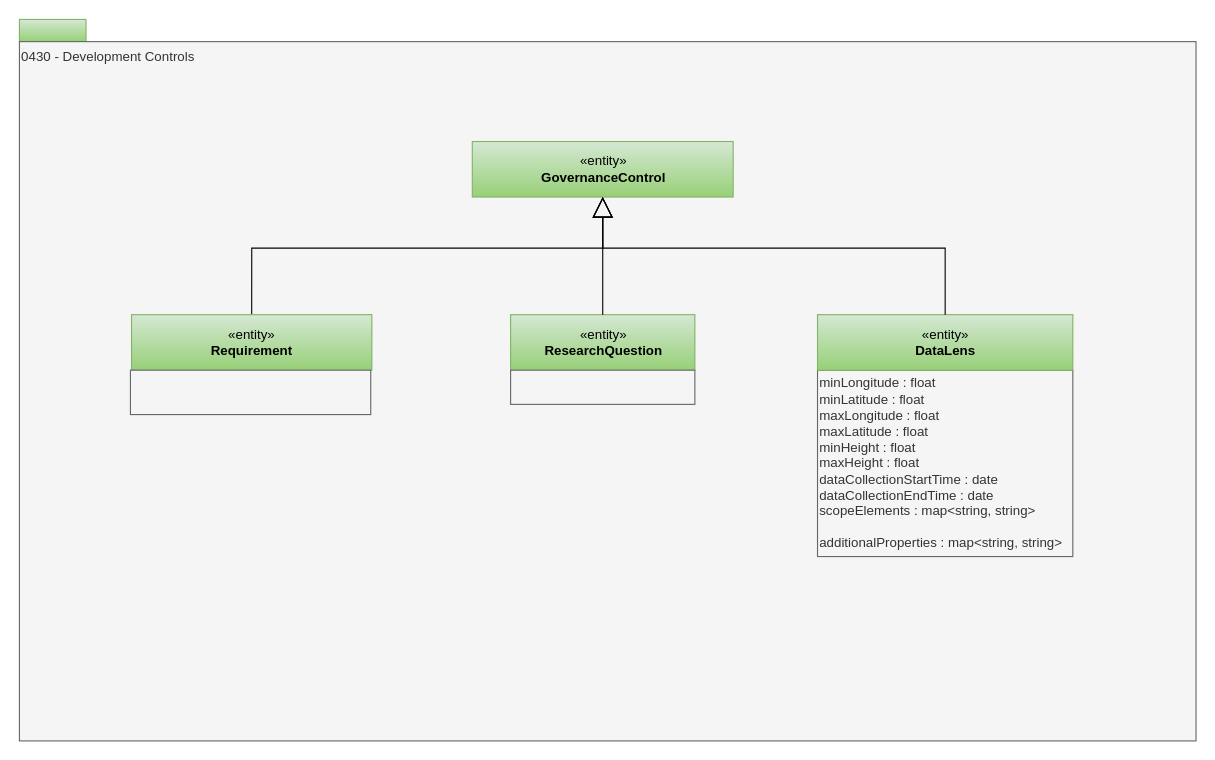
The draw.io diagram page "0430-Development-Controls" (11 of 30) of site/docs/types/4/area-4-governance.drawio in odpi/egeria-docs, before the edit. Source tidied: cells renumbered, new cells numbered last; positions are measured from the earlier drawing's top-left corner, leaving out a move shared by most shapes. Both pictures are drawn from the tidied source at 111%, with x=0, y=0 at pixel (19, 19).
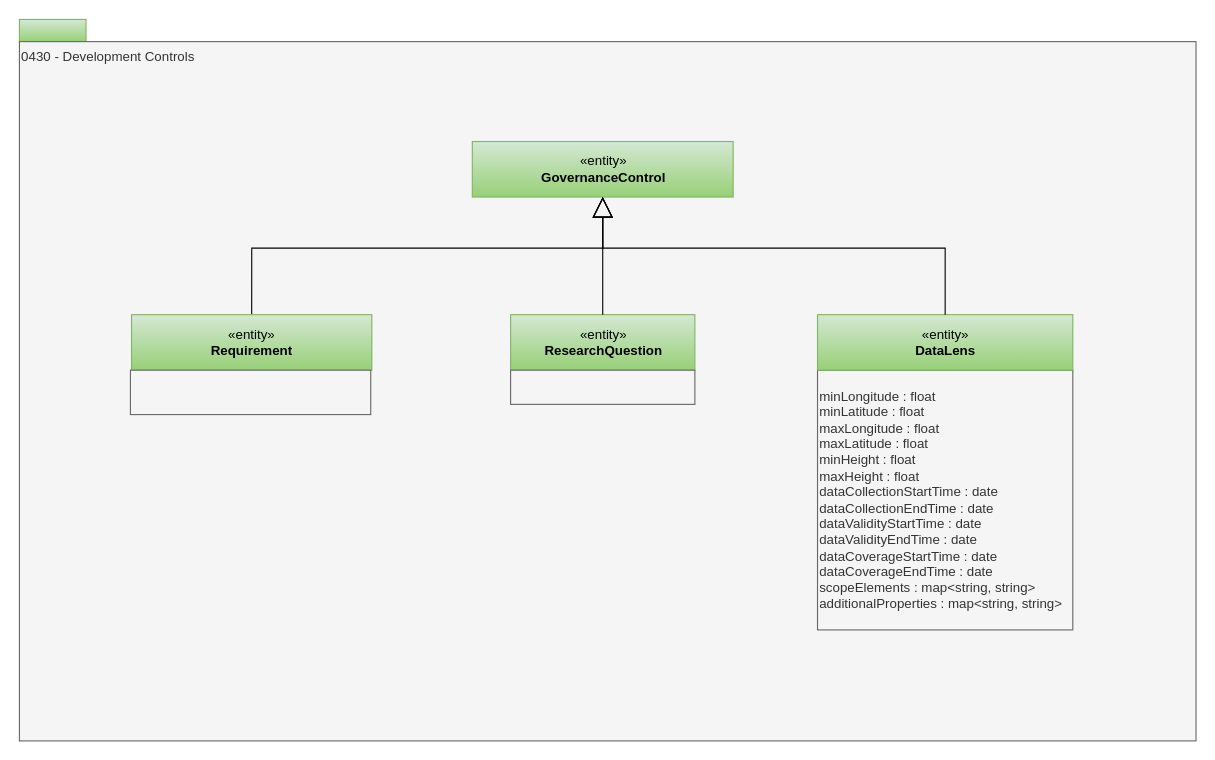
Above is the later version.

Change to the diagram source:
```diff
@@
 <mxGraphModel>
   <root>
     <mxCell id="0" />
     <mxCell id="1" parent="0" />
     <mxCell id="2" style="rounded=0;whiteSpace=wrap;html=1;align=left;fillColor=#d5e8d4;strokeColor=#82b366;gradientColor=#97d077;" parent="1" vertex="1">
       <mxGeometry width="60" height="20" as="geometry" />
     </mxCell>
     <mxCell id="3" value="0430 - Development Controls" style="rounded=0;whiteSpace=wrap;html=1;align=left;verticalAlign=top;fillColor=#f5f5f5;fontColor=#333333;strokeColor=#666666;" parent="1" vertex="1">
       <mxGeometry y="20" width="1060" height="630" as="geometry" />
     </mxCell>
     <mxCell id="4" value="«entity»&lt;br&gt;&lt;b&gt;GovernanceControl&lt;/b&gt;" style="html=1;strokeColor=#82b366;align=center;fillColor=#d5e8d4;gradientColor=#97d077;" parent="1" vertex="1">
       <mxGeometry x="408" y="110" width="235" height="50" as="geometry" />
     </mxCell>
     <mxCell id="5" style="edgeStyle=orthogonalEdgeStyle;rounded=0;jettySize=auto;html=1;exitX=0.5;exitY=0;exitDx=0;exitDy=0;entryX=0.5;entryY=1;entryDx=0;entryDy=0;endArrow=block;endFill=0;endSize=16;strokeWidth=1;" parent="1" edge="1" source="6" target="4">
       <mxGeometry relative="1" as="geometry">
         <Array as="points">
           <mxPoint x="209" y="206" />
           <mxPoint x="526" y="206" />
         </Array>
       </mxGeometry>
     </mxCell>
     <mxCell id="6" value="«entity»&lt;br&gt;&lt;b&gt;Requirement&lt;/b&gt;" style="html=1;strokeColor=#82b366;align=center;fillColor=#d5e8d4;gradientColor=#97d077;" parent="1" vertex="1">
       <mxGeometry x="101" y="266" width="216.5" height="50" as="geometry" />
     </mxCell>
     <mxCell id="7" value="«entity»&lt;br&gt;&lt;b&gt;ResearchQuestion&lt;/b&gt;" style="html=1;strokeColor=#82b366;align=center;fillColor=#d5e8d4;gradientColor=#97d077;" parent="1" vertex="1">
       <mxGeometry x="442.5" y="266" width="166" height="50" as="geometry" />
     </mxCell>
     <mxCell id="8" style="rounded=0;whiteSpace=wrap;html=1;strokeColor=#666666;align=left;fillColor=#f5f5f5;fontColor=#333333;" parent="1" vertex="1">
       <mxGeometry x="442.5" y="316" width="166" height="30.8" as="geometry" />
     </mxCell>
     <mxCell id="9" value="&lt;span&gt;&lt;br&gt;&lt;/span&gt;" style="rounded=0;whiteSpace=wrap;html=1;strokeColor=#666666;align=left;fillColor=#f5f5f5;fontColor=#333333;" parent="1" vertex="1">
       <mxGeometry x="100" y="316" width="216.5" height="40" as="geometry" />
     </mxCell>
     <mxCell id="10" style="edgeStyle=orthogonalEdgeStyle;rounded=0;jettySize=auto;html=1;exitX=0.5;exitY=0;exitDx=0;exitDy=0;endArrow=block;endFill=0;endSize=16;strokeWidth=1;entryX=0.5;entryY=1;entryDx=0;entryDy=0;" parent="1" edge="1" source="7" target="4">
       <mxGeometry relative="1" as="geometry" />
     </mxCell>
-    <mxCell id="11" value="minLongitude : float&lt;br&gt;minLatitude : float&lt;br style=&quot;border-color: var(--border-color);&quot;&gt;maxLongitude : float&lt;br style=&quot;border-color: var(--border-color);&quot;&gt;maxLatitude : float&lt;br&gt;minHeight : float&lt;br&gt;maxHeight : float&lt;br&gt;dataCollectionStartTime : date&lt;br&gt;dataCollectionEndTime : date&lt;div&gt;scopeElements : map&amp;lt;string, string&amp;gt;&lt;/div&gt;&lt;br&gt;additionalProperties : map&amp;lt;string, string&amp;gt;" style="rounded=0;whiteSpace=wrap;html=1;strokeColor=#666666;align=left;fillColor=#f5f5f5;fontColor=#333333;" parent="1" vertex="1">
-      <mxGeometry x="719" y="316" width="230" height="167.9" as="geometry" />
+    <mxCell id="11" value="minLongitude : float&lt;br&gt;minLatitude : float&lt;br style=&quot;border-color: var(--border-color);&quot;&gt;maxLongitude : float&lt;br style=&quot;border-color: var(--border-color);&quot;&gt;maxLatitude : float&lt;br&gt;minHeight : float&lt;br&gt;maxHeight : float&lt;br&gt;dataCollectionStartTime : date&lt;br&gt;dataCollectionEndTime : date&lt;div&gt;dataValidityStartTime : date&lt;br&gt;dataValidityEndTime : date&lt;/div&gt;&lt;div&gt;dataCoverageStartTime : date&lt;br&gt;dataCoverageEndTime : date&lt;br&gt;&lt;div&gt;scopeElements : map&amp;lt;string, string&amp;gt;&lt;/div&gt;additionalProperties : map&amp;lt;string, string&amp;gt;&lt;/div&gt;" style="rounded=0;whiteSpace=wrap;html=1;strokeColor=#666666;align=left;fillColor=#f5f5f5;fontColor=#333333;" parent="1" vertex="1">
+      <mxGeometry x="719" y="316" width="230" height="234" as="geometry" />
     </mxCell>
     <mxCell id="12" value="«entity»&lt;br&gt;&lt;b&gt;DataLens&lt;/b&gt;" style="html=1;strokeColor=#82b366;align=center;fillColor=#d5e8d4;gradientColor=#97d077;" parent="1" vertex="1">
       <mxGeometry x="719" y="266" width="230" height="50" as="geometry" />
     </mxCell>
     <mxCell id="13" style="edgeStyle=orthogonalEdgeStyle;rounded=0;jettySize=auto;html=1;exitX=0.5;exitY=0;exitDx=0;exitDy=0;endArrow=block;endFill=0;endSize=16;strokeWidth=1;entryX=0.5;entryY=1;entryDx=0;entryDy=0;" parent="1" edge="1" source="12" target="4">
       <mxGeometry relative="1" as="geometry">
         <Array as="points">
           <mxPoint x="834" y="206" />
           <mxPoint x="525.5" y="206" />
         </Array>
       </mxGeometry>
     </mxCell>
   </root>
 </mxGraphModel>
```
